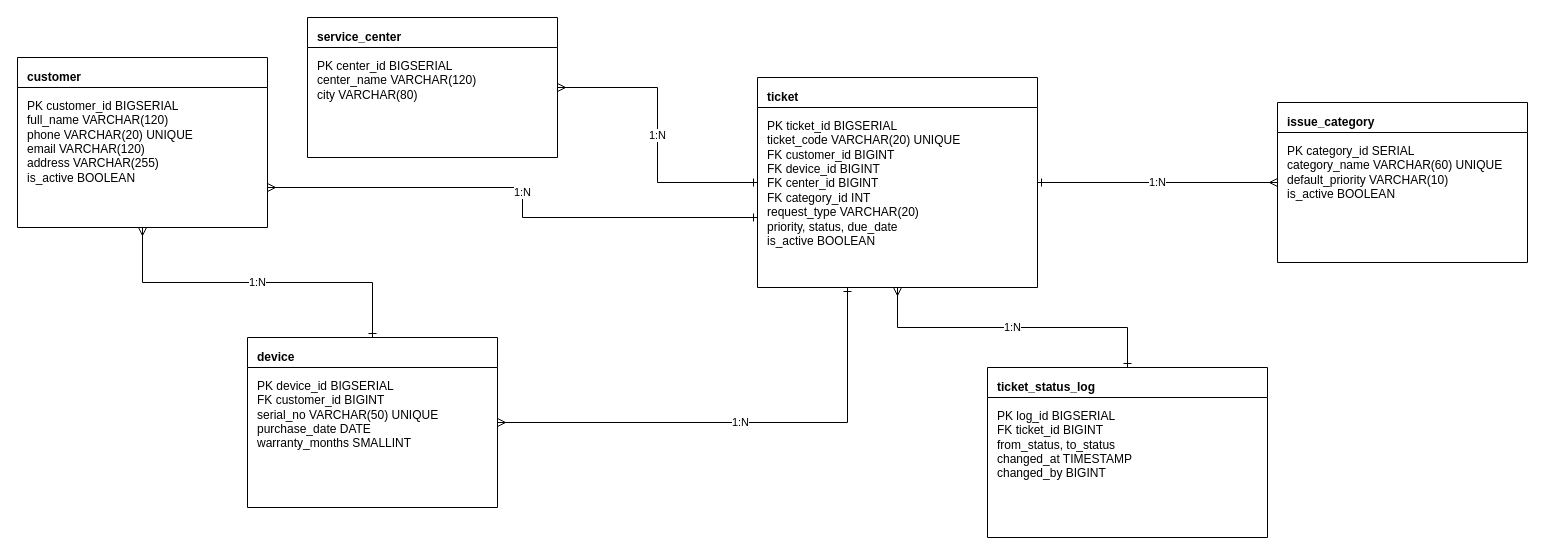
NguyenNamKhanh05/cdtn1-nguyennamkhanh-l2 keeps this draw.io diagram as docs/erd.drawio. Above is the earlier version. Source tidied: cells renumbered, new cells numbered last; positions are measured from the earlier drawing's top-left corner, leaving out a move shared by most shapes. Both pictures are drawn from the tidied source at 100%, with x=0, y=0 at pixel (17, 17).
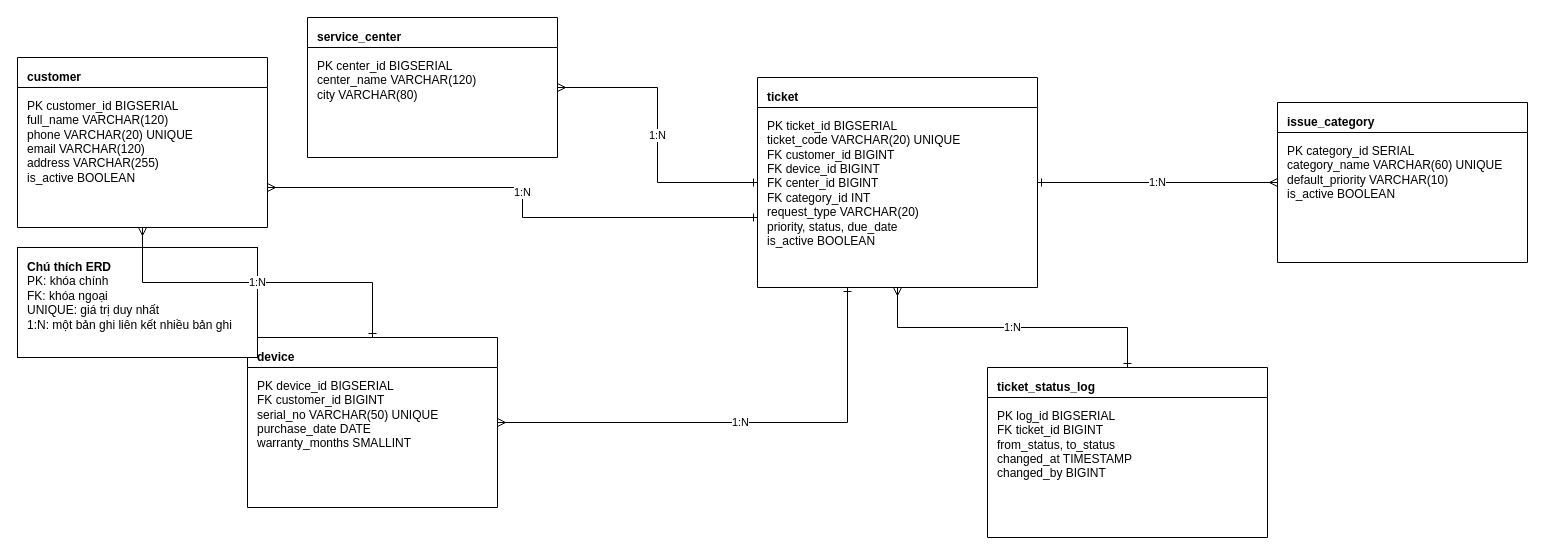
The same diagram, later.

Commit message:
docs: bo sung chu thich ky hieu ERD

The edit, as a diff of the source:
```diff
@@
 <mxGraphModel>
   <root>
     <mxCell id="0" />
     <mxCell id="1" parent="0" />
     <mxCell id="2" value="&lt;b&gt;customer&lt;/b&gt;&lt;br&gt;&lt;br&gt;&lt;div&gt;PK customer_id BIGSERIAL&lt;br&gt;full_name VARCHAR(120)&lt;br&gt;phone VARCHAR(20) UNIQUE&lt;br&gt;email VARCHAR(120)&lt;br&gt;address VARCHAR(255)&lt;br&gt;is_active BOOLEAN&lt;/div&gt;" style="shape=swimlane;fontStyle=0;horizontal=1;startSize=30;align=left;verticalAlign=top;spacingLeft=8;spacingTop=6;fontSize=12;whiteSpace=wrap;html=1;" parent="1" vertex="1">
       <mxGeometry y="40" width="250" height="170" as="geometry" />
     </mxCell>
     <mxCell id="3" value="&lt;b&gt;device&lt;/b&gt;&lt;br&gt;&lt;br&gt;&lt;div&gt;PK device_id BIGSERIAL&lt;br&gt;FK customer_id BIGINT&lt;br&gt;serial_no VARCHAR(50) UNIQUE&lt;br&gt;purchase_date DATE&lt;br&gt;warranty_months SMALLINT&lt;/div&gt;" style="shape=swimlane;fontStyle=0;horizontal=1;startSize=30;align=left;verticalAlign=top;spacingLeft=8;spacingTop=6;fontSize=12;whiteSpace=wrap;html=1;" parent="1" vertex="1">
       <mxGeometry x="230" y="320" width="250" height="170" as="geometry" />
     </mxCell>
     <mxCell id="4" value="&lt;b&gt;service_center&lt;/b&gt;&lt;br&gt;&lt;br&gt;&lt;div&gt;PK center_id BIGSERIAL&lt;br&gt;center_name VARCHAR(120)&lt;br&gt;city VARCHAR(80)&lt;/div&gt;" style="shape=swimlane;fontStyle=0;horizontal=1;startSize=30;align=left;verticalAlign=top;spacingLeft=8;spacingTop=6;fontSize=12;whiteSpace=wrap;html=1;" parent="1" vertex="1">
       <mxGeometry x="290" width="250" height="140" as="geometry" />
     </mxCell>
     <mxCell id="5" value="&lt;b&gt;issue_category&lt;/b&gt;&lt;div&gt;&lt;b&gt;&lt;br&gt;&lt;/b&gt;PK category_id SERIAL&lt;br&gt;category_name VARCHAR(60) UNIQUE&lt;br&gt;default_priority VARCHAR(10)&lt;br&gt;is_active BOOLEAN&lt;/div&gt;" style="shape=swimlane;fontStyle=0;horizontal=1;startSize=30;align=left;verticalAlign=top;spacingLeft=8;spacingTop=6;fontSize=12;whiteSpace=wrap;html=1;" parent="1" vertex="1">
       <mxGeometry x="1260" y="85" width="250" height="160" as="geometry" />
     </mxCell>
     <mxCell id="6" value="&lt;b&gt;ticket&lt;/b&gt;&lt;br&gt;&lt;br&gt;&lt;div&gt;PK ticket_id BIGSERIAL&lt;br&gt;ticket_code VARCHAR(20) UNIQUE&lt;br&gt;FK customer_id BIGINT&lt;br&gt;FK device_id BIGINT&lt;br&gt;FK center_id BIGINT&lt;br&gt;FK category_id INT&lt;br&gt;request_type VARCHAR(20)&lt;br&gt;priority, status, due_date&lt;br&gt;is_active BOOLEAN&lt;/div&gt;" style="shape=swimlane;fontStyle=0;horizontal=1;startSize=30;align=left;verticalAlign=top;spacingLeft=8;spacingTop=6;fontSize=12;whiteSpace=wrap;html=1;" parent="1" vertex="1">
       <mxGeometry x="740" y="60" width="280" height="210" as="geometry" />
     </mxCell>
     <mxCell id="7" value="&lt;b&gt;ticket_status_log&lt;/b&gt;&lt;div&gt;&lt;b&gt;&lt;br&gt;&lt;/b&gt;PK log_id BIGSERIAL&lt;br&gt;FK ticket_id BIGINT&lt;br&gt;from_status, to_status&lt;br&gt;changed_at TIMESTAMP&lt;br&gt;changed_by BIGINT&lt;/div&gt;" style="shape=swimlane;fontStyle=0;horizontal=1;startSize=30;align=left;verticalAlign=top;spacingLeft=8;spacingTop=6;fontSize=12;whiteSpace=wrap;html=1;" parent="1" vertex="1">
       <mxGeometry x="970" y="350" width="280" height="170" as="geometry" />
     </mxCell>
+    <mxCell id="14" value="&lt;b&gt;Chú thích ERD&lt;/b&gt;&lt;br&gt;PK: khóa chính&lt;br&gt;FK: khóa ngoại&lt;br&gt;UNIQUE: giá trị duy nhất&lt;br&gt;1:N: một bản ghi liên kết nhiều bản ghi" style="rounded=0;whiteSpace=wrap;html=1;align=left;verticalAlign=top;spacingTop=6;spacingLeft=8;" parent="1" vertex="1">
+      <mxGeometry y="230" width="240" height="110" as="geometry" />
+    </mxCell>
     <mxCell id="8" value="1:N" style="edgeStyle=orthogonalEdgeStyle;rounded=0;jettySize=auto;endArrow=ERone;startArrow=ERmany;html=1;" parent="1" edge="1" source="2" target="3">
       <mxGeometry relative="1" as="geometry" />
     </mxCell>
     <mxCell id="9" value="1:N" style="edgeStyle=orthogonalEdgeStyle;rounded=0;jettySize=auto;endArrow=ERone;startArrow=ERmany;html=1;" parent="1" edge="1" source="2" target="6">
       <mxGeometry relative="1" as="geometry">
         <Array as="points">
           <mxPoint x="505" y="170" />
           <mxPoint x="505" y="200" />
         </Array>
       </mxGeometry>
     </mxCell>
     <mxCell id="10" value="1:N" style="edgeStyle=orthogonalEdgeStyle;rounded=0;jettySize=auto;endArrow=ERone;startArrow=ERmany;html=1;" parent="1" edge="1" source="3" target="6">
       <mxGeometry relative="1" as="geometry">
         <Array as="points">
           <mxPoint x="830" y="405" />
         </Array>
       </mxGeometry>
     </mxCell>
     <mxCell id="11" value="1:N" style="edgeStyle=orthogonalEdgeStyle;rounded=0;jettySize=auto;endArrow=ERone;startArrow=ERmany;html=1;" parent="1" edge="1" source="4" target="6">
       <mxGeometry relative="1" as="geometry" />
     </mxCell>
     <mxCell id="12" value="1:N" style="edgeStyle=orthogonalEdgeStyle;rounded=0;jettySize=auto;endArrow=ERone;startArrow=ERmany;html=1;" parent="1" edge="1" source="5" target="6">
       <mxGeometry relative="1" as="geometry" />
     </mxCell>
     <mxCell id="13" value="1:N" style="edgeStyle=orthogonalEdgeStyle;rounded=0;jettySize=auto;endArrow=ERone;startArrow=ERmany;html=1;" parent="1" edge="1" source="6" target="7">
       <mxGeometry relative="1" as="geometry" />
     </mxCell>
   </root>
 </mxGraphModel>
```
